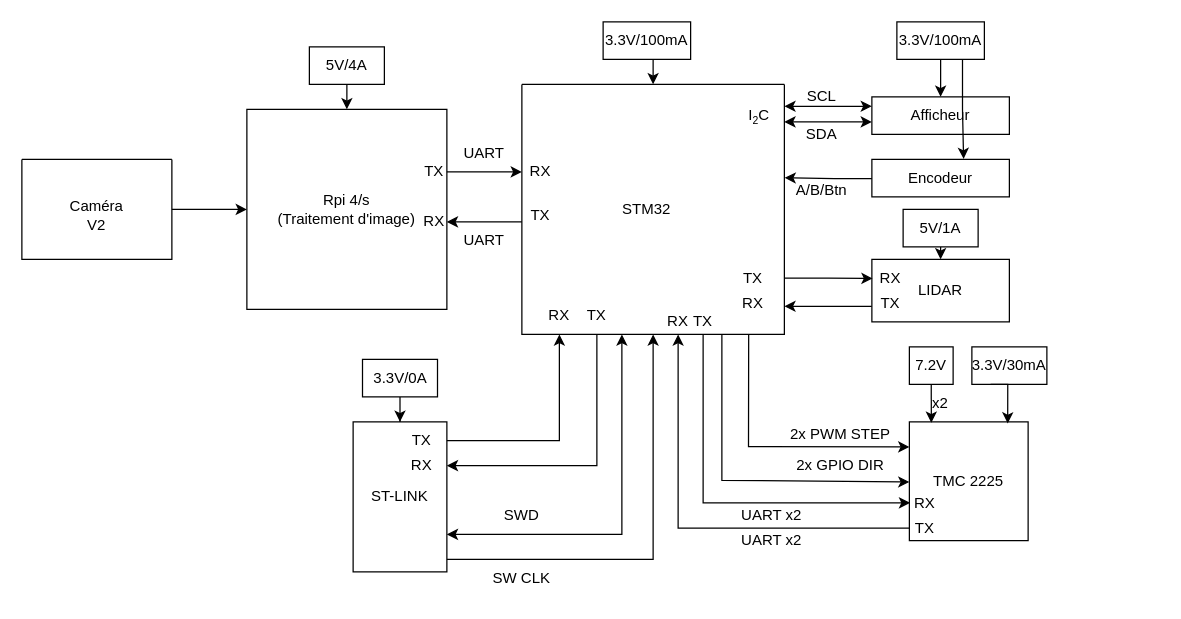
The draw.io diagram 1A/PAMI/PCB/Architecture.drawio in AresEnsea/2324_Projet2A_AresCFR, before the edit. Source tidied: cells renumbered, new cells numbered last; positions are measured from the earlier drawing's top-left corner, leaving out a move shared by most shapes. Both pictures are drawn from the tidied source at 125%, with x=0, y=0 at pixel (21, 21).
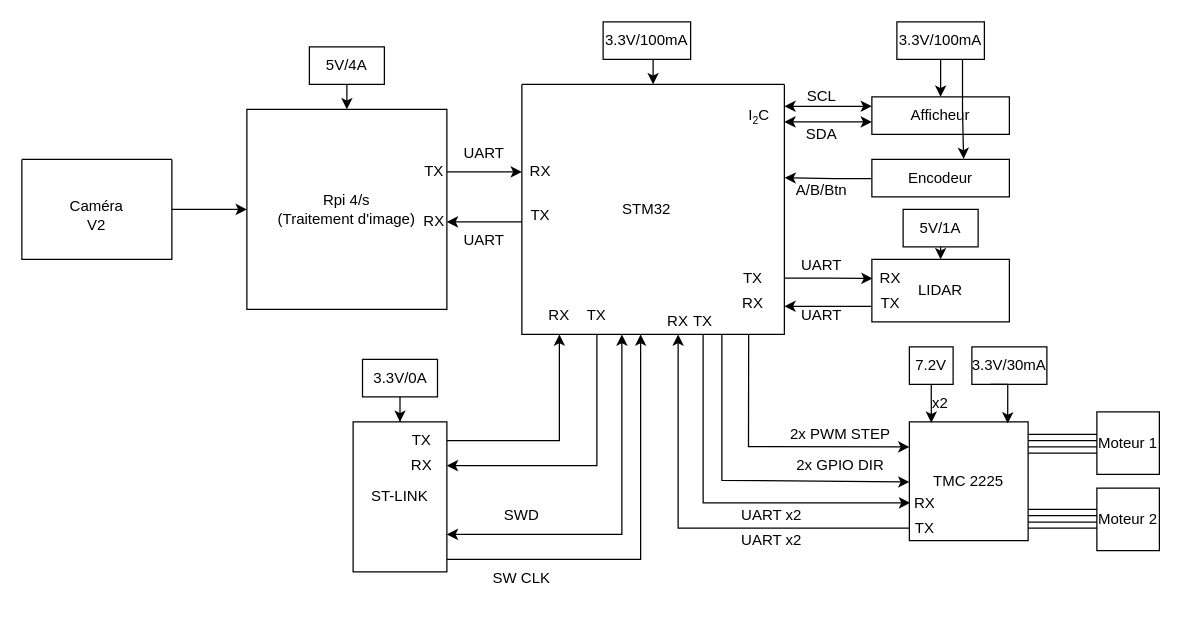
Above is the later version.

Commit message:
Mettre à jour Architecture.drawio

Unchanged cells that the change refers to:
```xml
<mxCell id="2" style="swimlane;startSize=0;" parent="1" vertex="1">
  <mxGeometry x="400" y="50" width="210" height="200" as="geometry" />
</mxCell>
```

Change to the diagram source:
```diff
@@
-    <mxCell id="31" style="endArrow=classic;html=1;rounded=0;entryX=0.5;entryY=1;entryDx=0;entryDy=0;" parent="1" edge="1" target="2">
+    <mxCell id="31" style="endArrow=classic;html=1;rounded=0;entryX=0.5;entryY=1;entryDx=0;entryDy=0;" parent="1" edge="1">
       <mxGeometry relative="1" as="geometry">
         <mxPoint x="340" y="430" as="sourcePoint" />
+        <mxPoint x="495" y="250" as="targetPoint" />
         <Array as="points">
-          <mxPoint x="505" y="430" />
+          <mxPoint x="495" y="430" />
         </Array>
       </mxGeometry>
     </mxCell>
@@
+    <mxCell id="72" value="UART" style="text;strokeColor=none;align=center;fillColor=none;html=1;verticalAlign=middle;whiteSpace=wrap;rounded=0;" parent="1" vertex="1">
+      <mxGeometry x="610" y="180" width="60" height="30" as="geometry" />
+    </mxCell>
+    <mxCell id="73" value="UART" style="text;strokeColor=none;align=center;fillColor=none;html=1;verticalAlign=middle;whiteSpace=wrap;rounded=0;" parent="1" vertex="1">
+      <mxGeometry x="610" y="220" width="60" height="30" as="geometry" />
+    </mxCell>
+    <mxCell id="74" value="Moteur 1" style="whiteSpace=wrap;html=1;" parent="1" vertex="1">
+      <mxGeometry x="860" y="312" width="50" height="50" as="geometry" />
+    </mxCell>
+    <mxCell id="75" value="Moteur 2" style="whiteSpace=wrap;html=1;" parent="1" vertex="1">
+      <mxGeometry x="860" y="373" width="50" height="50" as="geometry" />
+    </mxCell>
+    <mxCell id="76" style="endArrow=none;html=1;rounded=0;entryX=0;entryY=0.4;entryDx=0;entryDy=0;entryPerimeter=0;exitX=0.996;exitY=0.107;exitDx=0;exitDy=0;exitPerimeter=0;" parent="1" edge="1">
+      <mxGeometry relative="1" as="geometry">
+        <mxPoint x="805" y="334.9" as="sourcePoint" />
+        <mxPoint x="860" y="334.9" as="targetPoint" />
+      </mxGeometry>
+    </mxCell>
+    <mxCell id="77" style="endArrow=none;html=1;rounded=0;entryX=0;entryY=0.4;entryDx=0;entryDy=0;entryPerimeter=0;exitX=0.996;exitY=0.107;exitDx=0;exitDy=0;exitPerimeter=0;" parent="1" edge="1">
+      <mxGeometry relative="1" as="geometry">
+        <mxPoint x="805" y="340" as="sourcePoint" />
+        <mxPoint x="860" y="340" as="targetPoint" />
+      </mxGeometry>
+    </mxCell>
+    <mxCell id="78" style="endArrow=none;html=1;rounded=0;entryX=0;entryY=0.4;entryDx=0;entryDy=0;entryPerimeter=0;exitX=0.996;exitY=0.107;exitDx=0;exitDy=0;exitPerimeter=0;" parent="1" edge="1">
+      <mxGeometry relative="1" as="geometry">
+        <mxPoint x="805" y="344.9" as="sourcePoint" />
+        <mxPoint x="860" y="344.9" as="targetPoint" />
+      </mxGeometry>
+    </mxCell>
+    <mxCell id="79" style="endArrow=none;html=1;rounded=0;entryX=0;entryY=0.4;entryDx=0;entryDy=0;entryPerimeter=0;exitX=0.996;exitY=0.107;exitDx=0;exitDy=0;exitPerimeter=0;" parent="1" edge="1">
+      <mxGeometry relative="1" as="geometry">
+        <mxPoint x="805" y="329.9" as="sourcePoint" />
+        <mxPoint x="860" y="329.9" as="targetPoint" />
+      </mxGeometry>
+    </mxCell>
+    <mxCell id="80" style="endArrow=none;html=1;rounded=0;entryX=0;entryY=0.4;entryDx=0;entryDy=0;entryPerimeter=0;exitX=0.996;exitY=0.107;exitDx=0;exitDy=0;exitPerimeter=0;" parent="1" edge="1">
+      <mxGeometry relative="1" as="geometry">
+        <mxPoint x="805" y="395" as="sourcePoint" />
+        <mxPoint x="860" y="395" as="targetPoint" />
+      </mxGeometry>
+    </mxCell>
+    <mxCell id="81" style="endArrow=none;html=1;rounded=0;entryX=0;entryY=0.4;entryDx=0;entryDy=0;entryPerimeter=0;exitX=0.996;exitY=0.107;exitDx=0;exitDy=0;exitPerimeter=0;" parent="1" edge="1">
+      <mxGeometry relative="1" as="geometry">
+        <mxPoint x="805" y="400.1" as="sourcePoint" />
+        <mxPoint x="860" y="400.1" as="targetPoint" />
+      </mxGeometry>
+    </mxCell>
+    <mxCell id="82" style="endArrow=none;html=1;rounded=0;entryX=0;entryY=0.4;entryDx=0;entryDy=0;entryPerimeter=0;exitX=0.996;exitY=0.107;exitDx=0;exitDy=0;exitPerimeter=0;" parent="1" edge="1">
+      <mxGeometry relative="1" as="geometry">
+        <mxPoint x="805" y="404.9" as="sourcePoint" />
+        <mxPoint x="860" y="404.9" as="targetPoint" />
+      </mxGeometry>
+    </mxCell>
+    <mxCell id="83" style="endArrow=none;html=1;rounded=0;entryX=0;entryY=0.4;entryDx=0;entryDy=0;entryPerimeter=0;exitX=0.996;exitY=0.107;exitDx=0;exitDy=0;exitPerimeter=0;" parent="1" edge="1">
+      <mxGeometry relative="1" as="geometry">
+        <mxPoint x="805" y="390" as="sourcePoint" />
+        <mxPoint x="860" y="390" as="targetPoint" />
+      </mxGeometry>
+    </mxCell>
```
